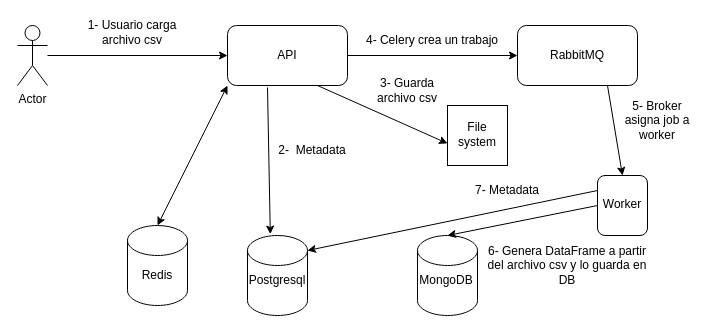
Earlier version of the draw.io diagram page "carga-csv" (1 of 2) of core.drawio (chrismedinapy/backend). Source tidied: cells renumbered, new cells numbered last; positions are measured from the earlier drawing's top-left corner, leaving out a move shared by most shapes. Both pictures are drawn from the tidied source at 100%, with x=0, y=0 at pixel (17, 17).
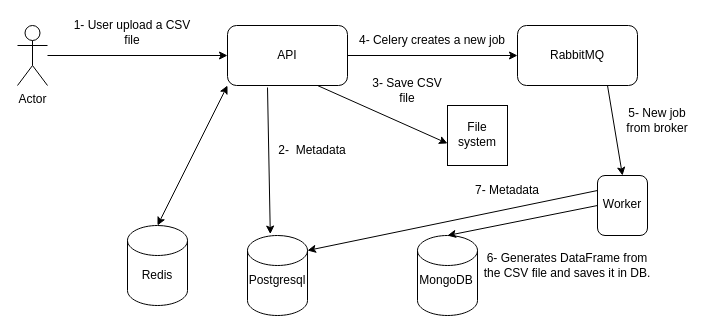
Above is the later version.

Change to the diagram source:
```diff
@@
-    <mxCell id="15" value="1- Usuario carga archivo csv" style="text;html=1;strokeColor=none;fillColor=none;align=center;verticalAlign=middle;whiteSpace=wrap;rounded=0;" parent="1" vertex="1">
+    <mxCell id="15" value="1- User upload a CSV file" style="text;html=1;strokeColor=none;fillColor=none;align=center;verticalAlign=middle;whiteSpace=wrap;rounded=0;" parent="1" vertex="1">
       <mxGeometry x="50" width="130" height="30" as="geometry" />
     </mxCell>
@@
-    <mxCell id="17" value="4- Celery crea un trabajo" style="text;html=1;strokeColor=none;fillColor=none;align=center;verticalAlign=middle;whiteSpace=wrap;rounded=0;" parent="1" vertex="1">
+    <mxCell id="17" value="4- Celery creates a new job" style="text;html=1;strokeColor=none;fillColor=none;align=center;verticalAlign=middle;whiteSpace=wrap;rounded=0;" parent="1" vertex="1">
       <mxGeometry x="340" y="8" width="150" height="30" as="geometry" />
     </mxCell>
@@
-    <mxCell id="24" value="5- Broker asigna job a worker" style="text;html=1;strokeColor=none;fillColor=none;align=center;verticalAlign=middle;whiteSpace=wrap;rounded=0;" parent="1" vertex="1">
+    <mxCell id="24" value="5- New job from broker" style="text;html=1;strokeColor=none;fillColor=none;align=center;verticalAlign=middle;whiteSpace=wrap;rounded=0;" parent="1" vertex="1">
       <mxGeometry x="600" y="78" width="80" height="50" as="geometry" />
     </mxCell>
-    <mxCell id="25" value="6- Genera DataFrame a partir del archivo csv y lo guarda en DB" style="text;html=1;strokeColor=none;fillColor=none;align=center;verticalAlign=middle;whiteSpace=wrap;rounded=0;" parent="1" vertex="1">
+    <mxCell id="25" value="6- Generates DataFrame from the CSV file and saves it in DB." style="text;html=1;strokeColor=none;fillColor=none;align=center;verticalAlign=middle;whiteSpace=wrap;rounded=0;" parent="1" vertex="1">
       <mxGeometry x="465" y="223" width="170" height="50" as="geometry" />
     </mxCell>
@@
-    <mxCell id="31" value="3- Guarda archivo csv" style="text;html=1;strokeColor=none;fillColor=none;align=center;verticalAlign=middle;whiteSpace=wrap;rounded=0;" parent="1" vertex="1">
+    <mxCell id="31" value="3- Save CSV file" style="text;html=1;strokeColor=none;fillColor=none;align=center;verticalAlign=middle;whiteSpace=wrap;rounded=0;" parent="1" vertex="1">
       <mxGeometry x="350" y="58" width="80" height="30" as="geometry" />
     </mxCell>
```
